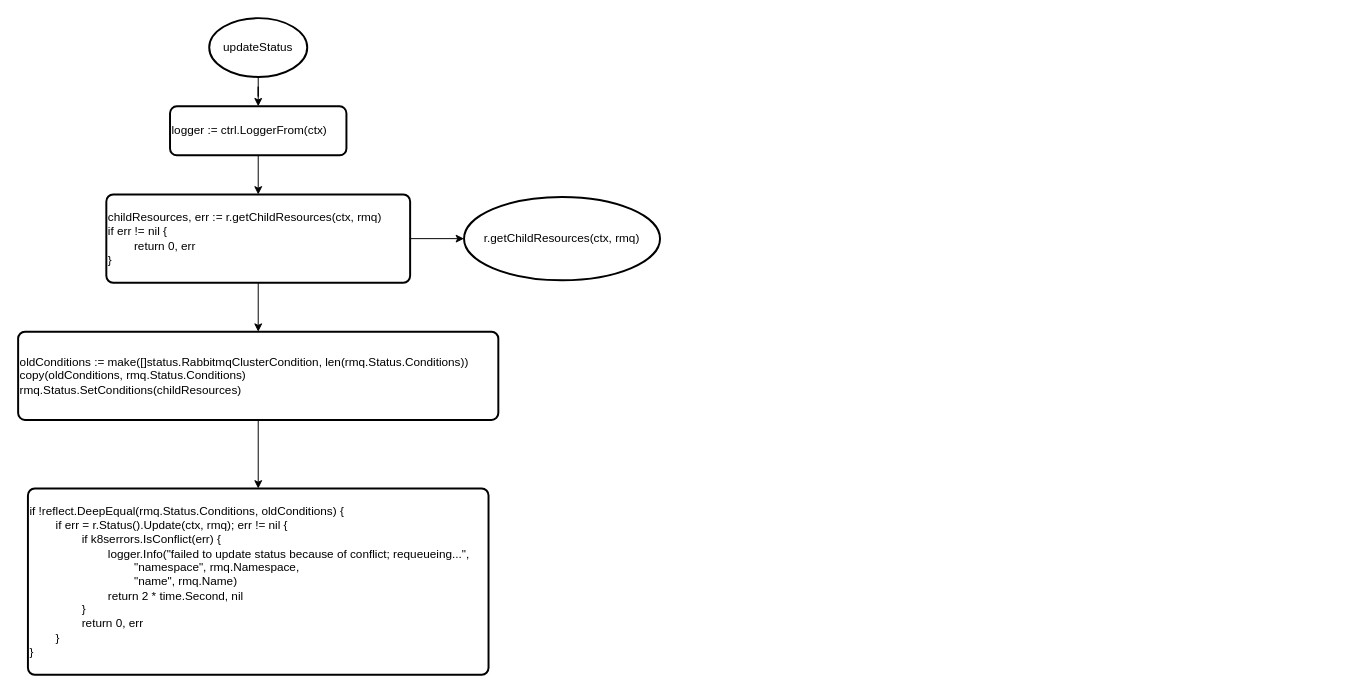
The draw.io diagram page "updateStatus" (3 of 7) of rabbitmq-reconcile.drawio in lanzhiwang/rabbitmq-docs, before the edit. Source tidied: cells renumbered, new cells numbered last; positions are measured from the earlier drawing's top-left corner, leaving out a move shared by most shapes. Both pictures are drawn from the tidied source at 98%, with x=0, y=0 at pixel (18, 18).
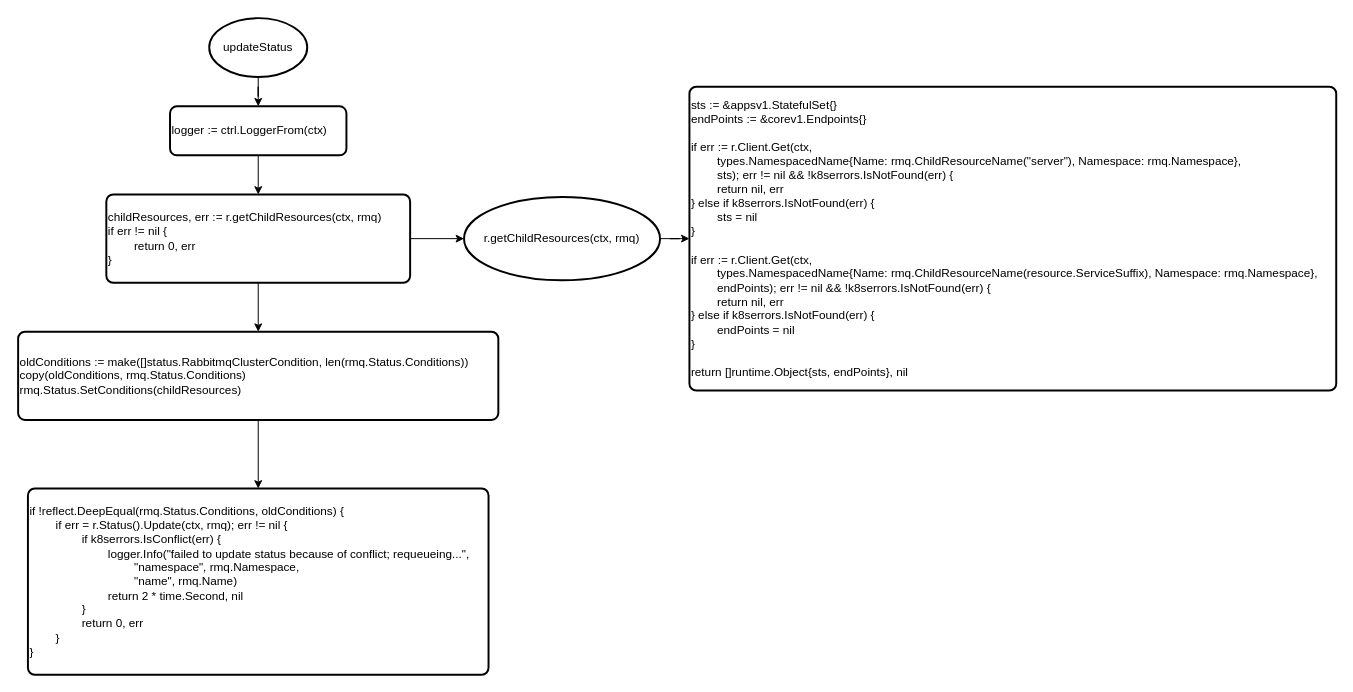
After the change.

Change to the diagram source:
```diff
@@
 <mxGraphModel>
   <root>
     <mxCell id="0" />
     <mxCell id="1" parent="0" />
     <mxCell id="2" style="edgeStyle=orthogonalEdgeStyle;rounded=0;jettySize=auto;html=1;" parent="1" edge="1" source="3" target="5">
       <mxGeometry relative="1" as="geometry" />
     </mxCell>
     <mxCell id="3" value="updateStatus" style="strokeWidth=2;html=1;shape=mxgraph.flowchart.start_1;whiteSpace=wrap;align=center;" parent="1" vertex="1">
       <mxGeometry x="195" width="100" height="60" as="geometry" />
     </mxCell>
     <mxCell id="4" style="edgeStyle=orthogonalEdgeStyle;rounded=0;jettySize=auto;html=1;" parent="1" edge="1" source="5" target="8">
       <mxGeometry relative="1" as="geometry" />
     </mxCell>
     <mxCell id="5" value="logger := ctrl.LoggerFrom(ctx)" style="rounded=1;whiteSpace=wrap;html=1;absoluteArcSize=1;arcSize=14;strokeWidth=2;align=left;" parent="1" vertex="1">
       <mxGeometry x="155" y="90" width="180" height="50" as="geometry" />
     </mxCell>
     <mxCell id="6" style="edgeStyle=orthogonalEdgeStyle;rounded=0;jettySize=auto;html=1;" parent="1" edge="1" source="8" target="9">
       <mxGeometry relative="1" as="geometry" />
     </mxCell>
     <mxCell id="7" style="edgeStyle=orthogonalEdgeStyle;rounded=0;jettySize=auto;html=1;" parent="1" edge="1" source="8" target="11">
       <mxGeometry relative="1" as="geometry" />
     </mxCell>
     <mxCell id="8" value="&lt;div&gt;childResources, err := r.getChildResources(ctx, rmq)&lt;/div&gt;&lt;div&gt;if err != nil {&lt;/div&gt;&lt;div&gt;&lt;span style=&quot;white-space: pre&quot;&gt;&#9;&lt;/span&gt;return 0, err&lt;/div&gt;&lt;div&gt;}&lt;/div&gt;" style="rounded=1;whiteSpace=wrap;html=1;absoluteArcSize=1;arcSize=14;strokeWidth=2;align=left;" parent="1" vertex="1">
       <mxGeometry x="90" y="180" width="310" height="90" as="geometry" />
     </mxCell>
+    <mxCell id="13" style="edgeStyle=orthogonalEdgeStyle;rounded=0;jettySize=auto;html=1;" parent="1" edge="1" source="9" target="14">
+      <mxGeometry relative="1" as="geometry" />
+    </mxCell>
     <mxCell id="9" value="r.getChildResources(ctx, rmq)" style="strokeWidth=2;html=1;shape=mxgraph.flowchart.start_1;whiteSpace=wrap;align=center;" parent="1" vertex="1">
       <mxGeometry x="455" y="182.5" width="200" height="85" as="geometry" />
     </mxCell>
     <mxCell id="10" style="edgeStyle=orthogonalEdgeStyle;rounded=0;jettySize=auto;html=1;" parent="1" edge="1" source="11" target="12">
       <mxGeometry relative="1" as="geometry" />
     </mxCell>
     <mxCell id="11" value="&lt;div&gt;oldConditions := make([]status.RabbitmqClusterCondition, len(rmq.Status.Conditions))&lt;/div&gt;&lt;div&gt;copy(oldConditions, rmq.Status.Conditions)&lt;/div&gt;&lt;div&gt;rmq.Status.SetConditions(childResources)&lt;/div&gt;" style="rounded=1;whiteSpace=wrap;html=1;absoluteArcSize=1;arcSize=14;strokeWidth=2;align=left;" parent="1" vertex="1">
       <mxGeometry y="320" width="490" height="90" as="geometry" />
     </mxCell>
     <mxCell id="12" value="&lt;div&gt;if !reflect.DeepEqual(rmq.Status.Conditions, oldConditions) {&lt;/div&gt;&lt;div&gt;&lt;span style=&quot;white-space: pre&quot;&gt;&#9;&lt;/span&gt;if err = r.Status().Update(ctx, rmq); err != nil {&lt;/div&gt;&lt;div&gt;&lt;span style=&quot;white-space: pre&quot;&gt;&#9;&#9;&lt;/span&gt;if k8serrors.IsConflict(err) {&lt;/div&gt;&lt;div&gt;&lt;span style=&quot;white-space: pre&quot;&gt;&#9;&#9;&#9;&lt;/span&gt;logger.Info(&quot;failed to update status because of conflict; requeueing...&quot;,&lt;/div&gt;&lt;div&gt;&lt;span style=&quot;white-space: pre&quot;&gt;&#9;&#9;&#9;&#9;&lt;/span&gt;&quot;namespace&quot;, rmq.Namespace,&lt;/div&gt;&lt;div&gt;&lt;span style=&quot;white-space: pre&quot;&gt;&#9;&#9;&#9;&#9;&lt;/span&gt;&quot;name&quot;, rmq.Name)&lt;/div&gt;&lt;div&gt;&lt;span style=&quot;white-space: pre&quot;&gt;&#9;&#9;&#9;&lt;/span&gt;return 2 * time.Second, nil&lt;/div&gt;&lt;div&gt;&lt;span style=&quot;white-space: pre&quot;&gt;&#9;&#9;&lt;/span&gt;}&lt;/div&gt;&lt;div&gt;&lt;span style=&quot;white-space: pre&quot;&gt;&#9;&#9;&lt;/span&gt;return 0, err&lt;/div&gt;&lt;div&gt;&lt;span style=&quot;white-space: pre&quot;&gt;&#9;&lt;/span&gt;}&lt;/div&gt;&lt;div&gt;}&lt;/div&gt;" style="rounded=1;whiteSpace=wrap;html=1;absoluteArcSize=1;arcSize=14;strokeWidth=2;align=left;" parent="1" vertex="1">
       <mxGeometry x="10" y="480" width="470" height="190" as="geometry" />
     </mxCell>
+    <mxCell id="14" value="&lt;div&gt;sts := &amp;amp;appsv1.StatefulSet{}&lt;/div&gt;&lt;div&gt;endPoints := &amp;amp;corev1.Endpoints{}&lt;/div&gt;&lt;div&gt;&lt;br&gt;&lt;/div&gt;&lt;div&gt;if err := r.Client.Get(ctx,&lt;/div&gt;&lt;div&gt;&lt;span style=&quot;white-space: pre&quot;&gt;&#9;&lt;/span&gt;types.NamespacedName{Name: rmq.ChildResourceName(&quot;server&quot;), Namespace: rmq.Namespace},&lt;/div&gt;&lt;div&gt;&lt;span style=&quot;white-space: pre&quot;&gt;&#9;&lt;/span&gt;sts); err != nil &amp;amp;&amp;amp; !k8serrors.IsNotFound(err) {&lt;/div&gt;&lt;div&gt;&lt;span style=&quot;white-space: pre&quot;&gt;&#9;&lt;/span&gt;return nil, err&lt;/div&gt;&lt;div&gt;} else if k8serrors.IsNotFound(err) {&lt;/div&gt;&lt;div&gt;&lt;span style=&quot;white-space: pre&quot;&gt;&#9;&lt;/span&gt;sts = nil&lt;/div&gt;&lt;div&gt;}&lt;/div&gt;&lt;div&gt;&lt;br&gt;&lt;/div&gt;&lt;div&gt;if err := r.Client.Get(ctx,&lt;/div&gt;&lt;div&gt;&lt;span style=&quot;white-space: pre&quot;&gt;&#9;&lt;/span&gt;types.NamespacedName{Name: rmq.ChildResourceName(resource.ServiceSuffix), Namespace: rmq.Namespace},&lt;/div&gt;&lt;div&gt;&lt;span style=&quot;white-space: pre&quot;&gt;&#9;&lt;/span&gt;endPoints); err != nil &amp;amp;&amp;amp; !k8serrors.IsNotFound(err) {&lt;/div&gt;&lt;div&gt;&lt;span style=&quot;white-space: pre&quot;&gt;&#9;&lt;/span&gt;return nil, err&lt;/div&gt;&lt;div&gt;} else if k8serrors.IsNotFound(err) {&lt;/div&gt;&lt;div&gt;&lt;span style=&quot;white-space: pre&quot;&gt;&#9;&lt;/span&gt;endPoints = nil&lt;/div&gt;&lt;div&gt;}&lt;/div&gt;&lt;div&gt;&lt;br&gt;&lt;/div&gt;&lt;div&gt;return []runtime.Object{sts, endPoints}, nil&lt;/div&gt;" style="rounded=1;whiteSpace=wrap;html=1;absoluteArcSize=1;arcSize=14;strokeWidth=2;align=left;" parent="1" vertex="1">
+      <mxGeometry x="685" y="70" width="660" height="310" as="geometry" />
+    </mxCell>
   </root>
 </mxGraphModel>
```
